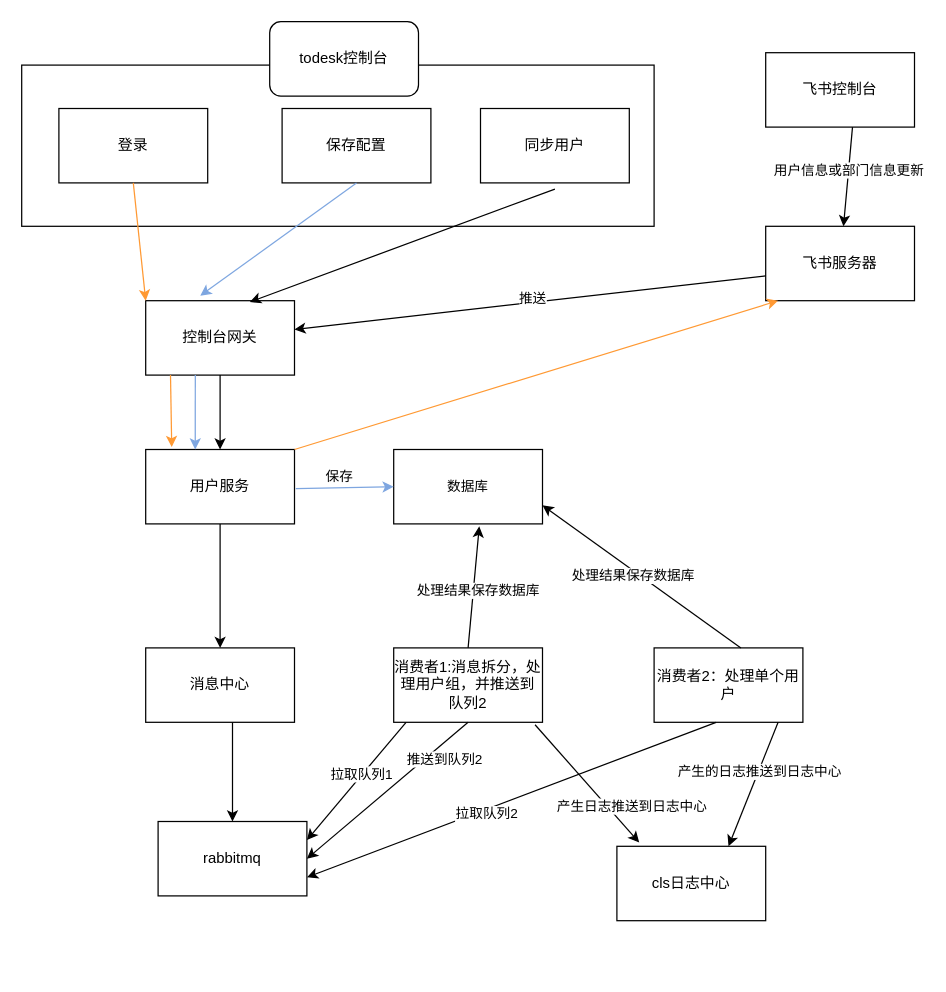
This is Untitled Diagram.drawio from haozero99/draw, a draw.io file, before an edit. Source tidied: cells renumbered, new cells numbered last; positions are measured from the earlier drawing's top-left corner, leaving out a move shared by most shapes. Both pictures are drawn from the tidied source at 124%, with x=0, y=0 at pixel (21, 21).
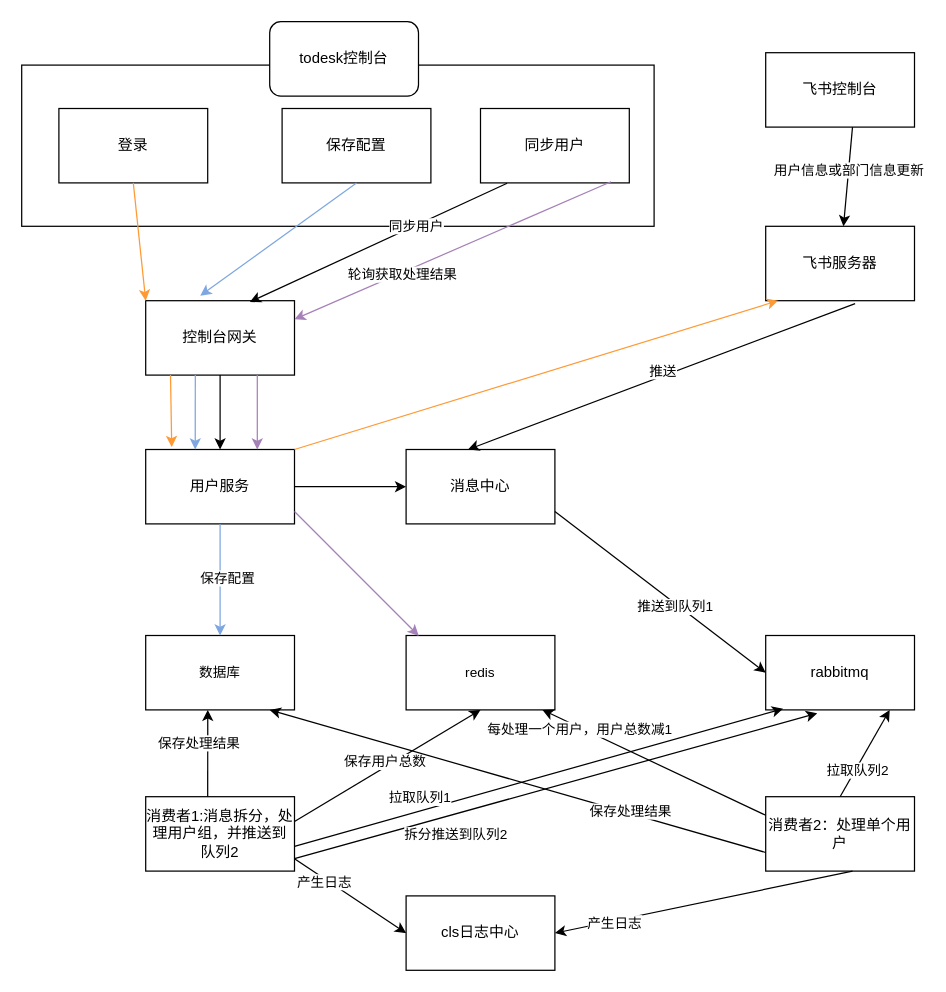
After the change.

Unchanged cells that the change refers to:
```xml
<mxCell id="6" value="控制台网关" style="rounded=0;whiteSpace=wrap;html=1;" parent="1" vertex="1">
  <mxGeometry x="100" y="225" width="120" height="60" as="geometry" />
</mxCell>
<mxCell id="7" value="用户服务" style="rounded=0;whiteSpace=wrap;html=1;" parent="1" vertex="1">
  <mxGeometry x="100" y="345" width="120" height="60" as="geometry" />
</mxCell>
<mxCell id="12" value="飞书服务器" style="rounded=0;whiteSpace=wrap;html=1;" parent="1" vertex="1">
  <mxGeometry x="600" y="165" width="120" height="60" as="geometry" />
</mxCell>
<mxCell id="17" value="同步用户" style="rounded=0;whiteSpace=wrap;html=1;" parent="1" vertex="1">
  <mxGeometry x="370" y="70" width="120" height="60" as="geometry" />
</mxCell>
```

Change to the diagram source:
```diff
@@
     <mxCell id="8" value="消息中心" style="rounded=0;whiteSpace=wrap;html=1;" parent="1" vertex="1">
-      <mxGeometry x="100" y="505" width="120" height="60" as="geometry" />
+      <mxGeometry x="310" y="345" width="120" height="60" as="geometry" />
     </mxCell>
     <mxCell id="9" value="rabbitmq" style="rounded=0;whiteSpace=wrap;html=1;" parent="1" vertex="1">
-      <mxGeometry x="110" y="645" width="120" height="60" as="geometry" />
+      <mxGeometry x="600" y="495" width="120" height="60" as="geometry" />
     </mxCell>
@@
-    <mxCell id="15" style="endArrow=classic;html=1;rounded=0;" parent="1" edge="1" target="6">
+    <mxCell id="15" style="endArrow=classic;html=1;rounded=0;exitX=0.601;exitY=1.039;exitDx=0;exitDy=0;exitPerimeter=0;" parent="1" edge="1" source="12">
       <mxGeometry relative="1" as="geometry">
-        <mxPoint x="600" y="205" as="sourcePoint" />
+        <mxPoint x="360" y="345" as="targetPoint" />
       </mxGeometry>
     </mxCell>
@@
-    <mxCell id="19" style="endArrow=classic;html=1;rounded=0;entryX=0.7;entryY=0.017;entryDx=0;entryDy=0;entryPerimeter=0;" parent="1" edge="1" target="6">
-      <mxGeometry relative="1" as="geometry">
-        <mxPoint x="430" y="135" as="sourcePoint" />
-      </mxGeometry>
+    <mxCell id="19" style="endArrow=classic;html=1;rounded=0;entryX=0.7;entryY=0.017;entryDx=0;entryDy=0;entryPerimeter=0;exitX=0.179;exitY=1.004;exitDx=0;exitDy=0;exitPerimeter=0;" parent="1" edge="1" source="17" target="6">
+      <mxGeometry relative="1" as="geometry" />
     </mxCell>
+    <mxCell id="46" value="同步用户" style="edgeLabel;html=1;align=center;verticalAlign=middle;fontSize=11;fontFamily=Helvetica;fontColor=default;" parent="19" vertex="1">
+      <mxGeometry x="-0.28" relative="1" as="geometry" />
+    </mxCell>
     <mxCell id="20" value="cls日志中心" style="rounded=0;whiteSpace=wrap;html=1;" parent="1" vertex="1">
-      <mxGeometry x="480" y="665" width="120" height="60" as="geometry" />
+      <mxGeometry x="310" y="705" width="120" height="60" as="geometry" />
     </mxCell>
     <mxCell id="21" value="消费者1:消息拆分，处理用户组，并推送到队列2" style="rounded=0;whiteSpace=wrap;html=1;" parent="1" vertex="1">
-      <mxGeometry x="300" y="505" width="120" height="60" as="geometry" />
+      <mxGeometry x="100" y="625" width="120" height="60" as="geometry" />
     </mxCell>
     <mxCell id="22" value="消费者2：处理单个用户" style="rounded=0;whiteSpace=wrap;html=1;" parent="1" vertex="1">
-      <mxGeometry x="510" y="505" width="120" height="60" as="geometry" />
+      <mxGeometry x="600" y="625" width="120" height="60" as="geometry" />
     </mxCell>
@@
     <mxCell id="25" value="数据库" style="rounded=0;whiteSpace=wrap;html=1;fontFamily=Helvetica;fontSize=11;fontColor=default;" parent="1" vertex="1">
-      <mxGeometry x="300" y="345" width="120" height="60" as="geometry" />
+      <mxGeometry x="100" y="495" width="120" height="60" as="geometry" />
     </mxCell>
-    <mxCell id="26" style="endArrow=classic;html=1;rounded=0;labelBackgroundColor=default;strokeColor=#7EA6E0;fontFamily=Helvetica;fontSize=11;fontColor=default;shape=connector;entryX=0;entryY=0.5;entryDx=0;entryDy=0;" parent="1" edge="1" target="25">
-      <mxGeometry relative="1" as="geometry">
-        <mxPoint x="221" y="376.5" as="sourcePoint" />
-      </mxGeometry>
-    </mxCell>
-    <mxCell id="27" value="保存" style="edgeLabel;html=1;align=center;verticalAlign=middle;fontSize=11;fontFamily=Helvetica;fontColor=default;" parent="26" vertex="1">
-      <mxGeometry x="-0.14" y="1" relative="1" as="geometry">
-        <mxPoint x="1" y="-8" as="offset" />
-      </mxGeometry>
-    </mxCell>
@@
-    <mxCell id="30" style="endArrow=classic;html=1;rounded=0;labelBackgroundColor=default;strokeColor=default;fontFamily=Helvetica;fontSize=11;fontColor=default;shape=connector;entryX=0.5;entryY=0;entryDx=0;entryDy=0;" parent="1" edge="1" target="8">
-      <mxGeometry relative="1" as="geometry">
-        <mxPoint x="160" y="405" as="sourcePoint" />
-      </mxGeometry>
-    </mxCell>
-    <mxCell id="31" style="endArrow=classic;html=1;rounded=0;labelBackgroundColor=default;strokeColor=default;fontFamily=Helvetica;fontSize=11;fontColor=default;shape=connector;entryX=0.5;entryY=0;entryDx=0;entryDy=0;" parent="1" edge="1" target="9">
-      <mxGeometry relative="1" as="geometry">
-        <mxPoint x="170" y="565" as="sourcePoint" />
-      </mxGeometry>
-    </mxCell>
-    <mxCell id="32" style="endArrow=classic;html=1;rounded=0;labelBackgroundColor=default;strokeColor=default;fontFamily=Helvetica;fontSize=11;fontColor=default;shape=connector;entryX=1;entryY=0.25;entryDx=0;entryDy=0;exitX=0.083;exitY=1;exitDx=0;exitDy=0;exitPerimeter=0;" parent="1" edge="1" source="21" target="9">
-      <mxGeometry relative="1" as="geometry" />
-    </mxCell>
+    <mxCell id="47" value="redis" style="rounded=0;whiteSpace=wrap;html=1;fontFamily=Helvetica;fontSize=11;fontColor=default;" parent="1" vertex="1">
+      <mxGeometry x="310" y="495" width="120" height="60" as="geometry" />
+    </mxCell>
+    <mxCell id="48" style="endArrow=classic;html=1;rounded=0;labelBackgroundColor=default;strokeColor=#A680B8;fontFamily=Helvetica;fontSize=11;fontColor=default;shape=connector;entryX=1;entryY=0.25;entryDx=0;entryDy=0;exitX=0.877;exitY=0.984;exitDx=0;exitDy=0;exitPerimeter=0;" parent="1" edge="1" source="17" target="6">
+      <mxGeometry relative="1" as="geometry" />
+    </mxCell>
+    <mxCell id="49" value="轮询获取处理结果" style="edgeLabel;html=1;align=center;verticalAlign=middle;fontSize=11;fontFamily=Helvetica;fontColor=default;" parent="48" vertex="1">
+      <mxGeometry x="0.32" y="1" relative="1" as="geometry" />
+    </mxCell>
+    <mxCell id="50" style="endArrow=classic;html=1;rounded=0;labelBackgroundColor=default;strokeColor=#A680B8;fontFamily=Helvetica;fontSize=11;fontColor=default;shape=connector;entryX=0.75;entryY=0;entryDx=0;entryDy=0;" parent="1" edge="1" target="7">
+      <mxGeometry relative="1" as="geometry">
+        <mxPoint x="190" y="285" as="sourcePoint" />
+      </mxGeometry>
+    </mxCell>
+    <mxCell id="51" style="endArrow=classic;html=1;rounded=0;labelBackgroundColor=default;strokeColor=#7EA6E0;fontFamily=Helvetica;fontSize=11;fontColor=default;shape=connector;entryX=0.5;entryY=0;entryDx=0;entryDy=0;exitX=0.5;exitY=1;exitDx=0;exitDy=0;" parent="1" edge="1" source="7" target="25">
+      <mxGeometry relative="1" as="geometry" />
+    </mxCell>
+    <mxCell id="52" value="保存配置" style="edgeLabel;html=1;align=center;verticalAlign=middle;fontSize=11;fontFamily=Helvetica;fontColor=default;" parent="51" vertex="1">
+      <mxGeometry x="-0.04" y="5" relative="1" as="geometry" />
+    </mxCell>
+    <mxCell id="53" style="endArrow=classic;html=1;rounded=0;labelBackgroundColor=default;strokeColor=default;fontFamily=Helvetica;fontSize=11;fontColor=default;shape=connector;entryX=0;entryY=0.5;entryDx=0;entryDy=0;exitX=1;exitY=0.5;exitDx=0;exitDy=0;" parent="1" edge="1" source="7" target="8">
+      <mxGeometry relative="1" as="geometry" />
+    </mxCell>
+    <mxCell id="54" style="endArrow=classic;html=1;rounded=0;labelBackgroundColor=default;strokeColor=#A680B8;fontFamily=Helvetica;fontSize=11;fontColor=default;shape=connector;entryX=0.085;entryY=0.004;entryDx=0;entryDy=0;entryPerimeter=0;" parent="1" edge="1" target="47">
+      <mxGeometry relative="1" as="geometry">
+        <mxPoint x="220" y="395" as="sourcePoint" />
+      </mxGeometry>
+    </mxCell>
+    <mxCell id="55" style="endArrow=classic;html=1;rounded=0;labelBackgroundColor=default;strokeColor=default;fontFamily=Helvetica;fontSize=11;fontColor=default;shape=connector;entryX=0;entryY=0.5;entryDx=0;entryDy=0;" parent="1" edge="1" target="9">
+      <mxGeometry relative="1" as="geometry">
+        <mxPoint x="430" y="395" as="sourcePoint" />
+      </mxGeometry>
+    </mxCell>
+    <mxCell id="56" value="推送到队列1" style="edgeLabel;html=1;align=center;verticalAlign=middle;fontSize=11;fontFamily=Helvetica;fontColor=default;" parent="55" vertex="1">
+      <mxGeometry x="0.15" y="-2" relative="1" as="geometry" />
+    </mxCell>
+    <mxCell id="57" style="endArrow=classic;html=1;rounded=0;labelBackgroundColor=default;strokeColor=default;fontFamily=Helvetica;fontSize=11;fontColor=default;shape=connector;entryX=0.117;entryY=0.984;entryDx=0;entryDy=0;entryPerimeter=0;" parent="1" edge="1" target="9">
+      <mxGeometry relative="1" as="geometry">
+        <mxPoint x="220" y="665" as="sourcePoint" />
+      </mxGeometry>
+    </mxCell>
-    <mxCell id="33" value="拉取队列1" style="edgeLabel;html=1;align=center;verticalAlign=middle;fontSize=11;fontFamily=Helvetica;fontColor=default;" parent="32" vertex="1">
-      <mxGeometry x="-0.11" y="-1" relative="1" as="geometry" />
+    <mxCell id="33" value="拉取队列1" style="edgeLabel;html=1;align=center;verticalAlign=middle;fontSize=11;fontFamily=Helvetica;fontColor=default;" parent="57" vertex="1">
+      <mxGeometry x="-0.18" y="1" relative="1" as="geometry">
+        <mxPoint x="-61" y="7" as="offset" />
+      </mxGeometry>
     </mxCell>
-    <mxCell id="34" style="endArrow=classic;html=1;rounded=0;labelBackgroundColor=default;strokeColor=default;fontFamily=Helvetica;fontSize=11;fontColor=default;shape=connector;entryX=1;entryY=0.5;entryDx=0;entryDy=0;exitX=0.5;exitY=1;exitDx=0;exitDy=0;" parent="1" edge="1" source="21" target="9">
-      <mxGeometry relative="1" as="geometry" />
-    </mxCell>
-    <mxCell id="35" value="推送到队列2" style="edgeLabel;html=1;align=center;verticalAlign=middle;fontSize=11;fontFamily=Helvetica;fontColor=default;" parent="34" vertex="1">
-      <mxGeometry x="0.48" y="2" relative="1" as="geometry">
-        <mxPoint x="75" y="-53" as="offset" />
-      </mxGeometry>
-    </mxCell>
-    <mxCell id="36" style="endArrow=classic;html=1;rounded=0;labelBackgroundColor=default;strokeColor=default;fontFamily=Helvetica;fontSize=11;fontColor=default;shape=connector;entryX=1;entryY=0.75;entryDx=0;entryDy=0;" parent="1" edge="1" target="9">
-      <mxGeometry relative="1" as="geometry">
-        <mxPoint x="560" y="565" as="sourcePoint" />
-      </mxGeometry>
-    </mxCell>
+    <mxCell id="58" style="endArrow=classic;html=1;rounded=0;labelBackgroundColor=default;strokeColor=default;fontFamily=Helvetica;fontSize=11;fontColor=default;shape=connector;entryX=0.5;entryY=1;entryDx=0;entryDy=0;" parent="1" edge="1" target="47">
+      <mxGeometry relative="1" as="geometry">
+        <mxPoint x="220" y="645" as="sourcePoint" />
+      </mxGeometry>
+    </mxCell>
+    <mxCell id="59" value="保存用户总数" style="edgeLabel;html=1;align=center;verticalAlign=middle;fontSize=11;fontFamily=Helvetica;fontColor=default;" parent="58" vertex="1">
+      <mxGeometry x="-0.01" y="4" relative="1" as="geometry" />
+    </mxCell>
+    <mxCell id="60" style="endArrow=classic;html=1;rounded=0;labelBackgroundColor=default;strokeColor=default;fontFamily=Helvetica;fontSize=11;fontColor=default;shape=connector;entryX=0.417;entryY=1;entryDx=0;entryDy=0;entryPerimeter=0;" parent="1" edge="1" target="25">
+      <mxGeometry relative="1" as="geometry">
+        <mxPoint x="150" y="625" as="sourcePoint" />
+      </mxGeometry>
+    </mxCell>
+    <mxCell id="61" value="保存处理结果" style="edgeLabel;html=1;align=center;verticalAlign=middle;fontSize=11;fontFamily=Helvetica;fontColor=default;" parent="60" vertex="1">
+      <mxGeometry x="0.24" y="8" relative="1" as="geometry" />
+    </mxCell>
+    <mxCell id="62" style="endArrow=classic;html=1;rounded=0;labelBackgroundColor=default;strokeColor=default;fontFamily=Helvetica;fontSize=11;fontColor=default;shape=connector;entryX=0;entryY=0.5;entryDx=0;entryDy=0;" parent="1" edge="1" target="20">
+      <mxGeometry relative="1" as="geometry">
+        <mxPoint x="220" y="675" as="sourcePoint" />
+      </mxGeometry>
+    </mxCell>
+    <mxCell id="63" value="产生日志" style="edgeLabel;html=1;align=center;verticalAlign=middle;fontSize=11;fontFamily=Helvetica;fontColor=default;" parent="62" vertex="1">
+      <mxGeometry x="-0.44" y="-2" relative="1" as="geometry" />
+    </mxCell>
+    <mxCell id="64" style="endArrow=classic;html=1;rounded=0;labelBackgroundColor=default;strokeColor=default;fontFamily=Helvetica;fontSize=11;fontColor=default;shape=connector;exitX=0.5;exitY=0;exitDx=0;exitDy=0;" parent="1" edge="1" source="22">
+      <mxGeometry relative="1" as="geometry">
+        <mxPoint x="700" y="555" as="targetPoint" />
+      </mxGeometry>
+    </mxCell>
-    <mxCell id="37" value="拉取队列2" style="edgeLabel;html=1;align=center;verticalAlign=middle;fontSize=11;fontFamily=Helvetica;fontColor=default;" parent="36" vertex="1">
-      <mxGeometry x="0.13" y="3" relative="1" as="geometry" />
+    <mxCell id="37" value="拉取队列2" style="edgeLabel;html=1;align=center;verticalAlign=middle;fontSize=11;fontFamily=Helvetica;fontColor=default;" parent="64" vertex="1">
+      <mxGeometry x="-0.36" y="-2" relative="1" as="geometry">
+        <mxPoint x="-1" as="offset" />
+      </mxGeometry>
     </mxCell>
-    <mxCell id="38" style="endArrow=classic;html=1;rounded=0;labelBackgroundColor=default;strokeColor=default;fontFamily=Helvetica;fontSize=11;fontColor=default;shape=connector;entryX=0.15;entryY=-0.05;entryDx=0;entryDy=0;entryPerimeter=0;exitX=0.95;exitY=1.033;exitDx=0;exitDy=0;exitPerimeter=0;" parent="1" edge="1" source="21" target="20">
-      <mxGeometry relative="1" as="geometry" />
-    </mxCell>
-    <mxCell id="39" value="产生日志推送到日志中心" style="edgeLabel;html=1;align=center;verticalAlign=middle;fontSize=11;fontFamily=Helvetica;fontColor=default;" parent="38" vertex="1">
-      <mxGeometry x="0.35" y="-1" relative="1" as="geometry">
-        <mxPoint x="21" as="offset" />
-      </mxGeometry>
-    </mxCell>
-    <mxCell id="40" style="endArrow=classic;html=1;rounded=0;labelBackgroundColor=default;strokeColor=default;fontFamily=Helvetica;fontSize=11;fontColor=default;shape=connector;entryX=0.75;entryY=0;entryDx=0;entryDy=0;" parent="1" edge="1" target="20">
-      <mxGeometry relative="1" as="geometry">
-        <mxPoint x="610" y="565" as="sourcePoint" />
-      </mxGeometry>
-    </mxCell>
-    <mxCell id="41" value="产生的日志推送到日志中心" style="edgeLabel;html=1;align=center;verticalAlign=middle;fontSize=11;fontFamily=Helvetica;fontColor=default;" parent="40" vertex="1">
-      <mxGeometry x="-0.2" relative="1" as="geometry" />
-    </mxCell>
-    <mxCell id="42" style="endArrow=classic;html=1;rounded=0;labelBackgroundColor=default;strokeColor=default;fontFamily=Helvetica;fontSize=11;fontColor=default;shape=connector;entryX=0.575;entryY=1.033;entryDx=0;entryDy=0;entryPerimeter=0;" parent="1" edge="1" target="25">
-      <mxGeometry relative="1" as="geometry">
-        <mxPoint x="360" y="505" as="sourcePoint" />
-      </mxGeometry>
-    </mxCell>
-    <mxCell id="43" value="处理结果保存数据库" style="edgeLabel;html=1;align=center;verticalAlign=middle;fontSize=11;fontFamily=Helvetica;fontColor=default;" parent="42" vertex="1">
-      <mxGeometry x="-0.04" y="-3" relative="1" as="geometry" />
-    </mxCell>
-    <mxCell id="44" style="endArrow=classic;html=1;rounded=0;labelBackgroundColor=default;strokeColor=default;fontFamily=Helvetica;fontSize=11;fontColor=default;shape=connector;entryX=1;entryY=0.75;entryDx=0;entryDy=0;" parent="1" edge="1" target="25">
-      <mxGeometry relative="1" as="geometry">
-        <mxPoint x="580" y="505" as="sourcePoint" />
-      </mxGeometry>
-    </mxCell>
-    <mxCell id="45" value="处理结果保存数据库" style="edgeLabel;html=1;align=center;verticalAlign=middle;fontSize=11;fontFamily=Helvetica;fontColor=default;" parent="44" vertex="1">
-      <mxGeometry x="0.07" y="3" relative="1" as="geometry" />
-    </mxCell>
+    <mxCell id="65" style="endArrow=classic;html=1;rounded=0;labelBackgroundColor=default;strokeColor=default;fontFamily=Helvetica;fontSize=11;fontColor=default;shape=connector;entryX=0.346;entryY=1.046;entryDx=0;entryDy=0;entryPerimeter=0;" parent="1" edge="1" target="9">
+      <mxGeometry relative="1" as="geometry">
+        <mxPoint x="220" y="675" as="sourcePoint" />
+      </mxGeometry>
+    </mxCell>
+    <mxCell id="66" value="拆分推送到队列2" style="edgeLabel;html=1;align=center;verticalAlign=middle;fontSize=11;fontFamily=Helvetica;fontColor=default;" parent="65" vertex="1">
+      <mxGeometry x="0.14" y="-4" relative="1" as="geometry">
+        <mxPoint x="-111" y="43" as="offset" />
+      </mxGeometry>
+    </mxCell>
+    <mxCell id="67" style="endArrow=classic;html=1;rounded=0;labelBackgroundColor=default;strokeColor=default;fontFamily=Helvetica;fontSize=11;fontColor=default;shape=connector;exitX=0;exitY=0.25;exitDx=0;exitDy=0;" parent="1" edge="1" source="22">
+      <mxGeometry relative="1" as="geometry">
+        <mxPoint x="420" y="555" as="targetPoint" />
+      </mxGeometry>
+    </mxCell>
+    <mxCell id="68" value="每处理一个用户，用户总数减1" style="edgeLabel;html=1;align=center;verticalAlign=middle;fontSize=11;fontFamily=Helvetica;fontColor=default;" parent="67" vertex="1">
+      <mxGeometry x="-0.15" y="3" relative="1" as="geometry">
+        <mxPoint x="-72" y="-36" as="offset" />
+      </mxGeometry>
+    </mxCell>
+    <mxCell id="69" style="endArrow=classic;html=1;rounded=0;labelBackgroundColor=default;strokeColor=default;fontFamily=Helvetica;fontSize=11;fontColor=default;shape=connector;exitX=0;exitY=0.75;exitDx=0;exitDy=0;" parent="1" edge="1" source="22">
+      <mxGeometry relative="1" as="geometry">
+        <mxPoint x="200" y="555" as="targetPoint" />
+      </mxGeometry>
+    </mxCell>
+    <mxCell id="70" value="保存处理结果" style="edgeLabel;html=1;align=center;verticalAlign=middle;fontSize=11;fontFamily=Helvetica;fontColor=default;" parent="69" vertex="1">
+      <mxGeometry x="-0.45" y="-2" relative="1" as="geometry" />
+    </mxCell>
+    <mxCell id="71" style="endArrow=classic;html=1;rounded=0;labelBackgroundColor=default;strokeColor=default;fontFamily=Helvetica;fontSize=11;fontColor=default;shape=connector;entryX=1;entryY=0.5;entryDx=0;entryDy=0;" parent="1" edge="1" target="20">
+      <mxGeometry relative="1" as="geometry">
+        <mxPoint x="670" y="685" as="sourcePoint" />
+      </mxGeometry>
+    </mxCell>
+    <mxCell id="72" value="产生日志" style="edgeLabel;html=1;align=center;verticalAlign=middle;fontSize=11;fontFamily=Helvetica;fontColor=default;" parent="71" vertex="1">
+      <mxGeometry x="0.61" y="1" relative="1" as="geometry" />
+    </mxCell>
```
